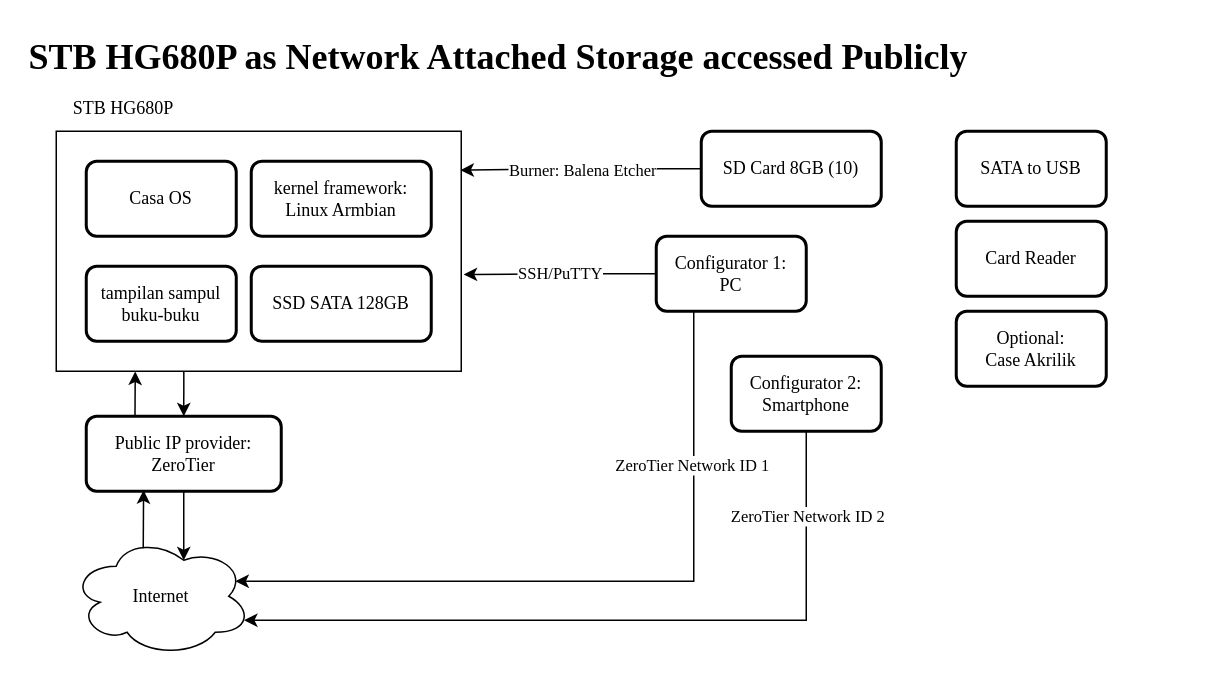
Earlier version of the draw.io diagram page "NAS" (5 of 8) of Chart on Search Query.drawio (troders34/research). Source tidied: cells renumbered, new cells numbered last; positions are measured from the earlier drawing's top-left corner, leaving out a move shared by most shapes. Both pictures are drawn from the tidied source at 150%, with x=0, y=0 at pixel (26, 26).
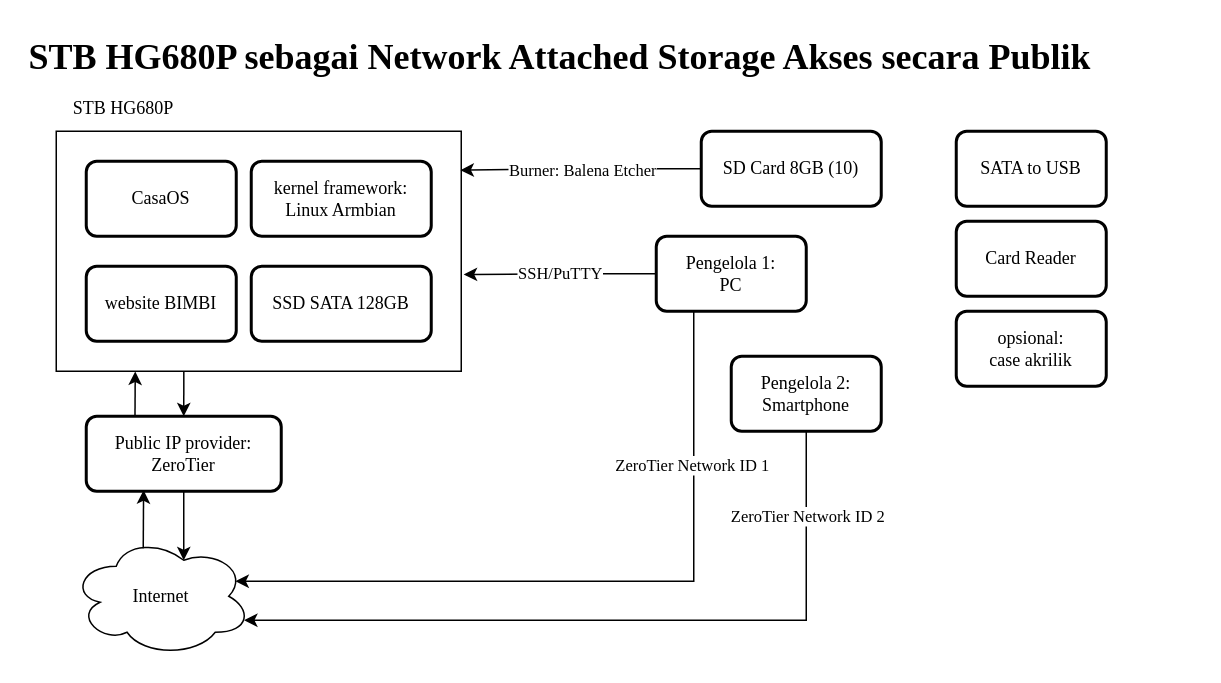
Above is the later version.

The edit, as a diff of the source:
```diff
@@
-    <mxCell id="3" value="&lt;div&gt;&lt;span style=&quot;background-color: transparent; color: light-dark(rgb(0, 0, 0), rgb(255, 255, 255));&quot;&gt;Casa OS&lt;/span&gt;&lt;/div&gt;" style="rounded=1;whiteSpace=wrap;html=1;absoluteArcSize=1;arcSize=14;strokeWidth=2;align=center;fontFamily=Times New Roman;" parent="1" vertex="1">
+    <mxCell id="3" value="&lt;div&gt;&lt;span style=&quot;background-color: transparent; color: light-dark(rgb(0, 0, 0), rgb(255, 255, 255));&quot;&gt;CasaOS&lt;/span&gt;&lt;/div&gt;" style="rounded=1;whiteSpace=wrap;html=1;absoluteArcSize=1;arcSize=14;strokeWidth=2;align=center;fontFamily=Times New Roman;" parent="1" vertex="1">
       <mxGeometry x="40" y="90" width="100" height="50" as="geometry" />
     </mxCell>
@@
-    <mxCell id="7" value="Card Reader" style="rounded=1;whiteSpace=wrap;html=1;absoluteArcSize=1;arcSize=14;strokeWidth=2;fontFamily=Times New Roman;" parent="1" vertex="1">
-      <mxGeometry x="620" y="130" width="100" height="50" as="geometry" />
-    </mxCell>
@@
-    <mxCell id="9" value="SATA to USB" style="rounded=1;whiteSpace=wrap;html=1;absoluteArcSize=1;arcSize=14;strokeWidth=2;fontFamily=Times New Roman;" parent="1" vertex="1">
-      <mxGeometry x="620" y="70" width="100" height="50" as="geometry" />
-    </mxCell>
-    <mxCell id="10" value="Optional:&lt;br&gt;Case Akrilik" style="rounded=1;whiteSpace=wrap;html=1;absoluteArcSize=1;arcSize=14;strokeWidth=2;fontFamily=Times New Roman;" parent="1" vertex="1">
-      <mxGeometry x="620" y="190" width="100" height="50" as="geometry" />
-    </mxCell>
@@
-    <mxCell id="14" value="Configurator 1:&lt;div&gt;PC&lt;/div&gt;" style="rounded=1;whiteSpace=wrap;html=1;absoluteArcSize=1;arcSize=14;strokeWidth=2;fontFamily=Times New Roman;" parent="1" vertex="1">
+    <mxCell id="14" value="Pengelola 1:&lt;div&gt;PC&lt;/div&gt;" style="rounded=1;whiteSpace=wrap;html=1;absoluteArcSize=1;arcSize=14;strokeWidth=2;fontFamily=Times New Roman;" parent="1" vertex="1">
       <mxGeometry x="420" y="140" width="100" height="50" as="geometry" />
     </mxCell>
@@
-    <mxCell id="18" value="tampilan sampul buku-buku" style="rounded=1;whiteSpace=wrap;html=1;absoluteArcSize=1;arcSize=14;strokeWidth=2;fontFamily=Times New Roman;" parent="1" vertex="1">
+    <mxCell id="18" value="website BIMBI" style="rounded=1;whiteSpace=wrap;html=1;absoluteArcSize=1;arcSize=14;strokeWidth=2;fontFamily=Times New Roman;" parent="1" vertex="1">
       <mxGeometry x="40" y="160" width="100" height="50" as="geometry" />
     </mxCell>
@@
-    <mxCell id="20" value="Configurator 2: Smartphone" style="rounded=1;whiteSpace=wrap;html=1;absoluteArcSize=1;arcSize=14;strokeWidth=2;fontFamily=Times New Roman;" parent="1" vertex="1">
+    <mxCell id="20" value="Pengelola 2: Smartphone" style="rounded=1;whiteSpace=wrap;html=1;absoluteArcSize=1;arcSize=14;strokeWidth=2;fontFamily=Times New Roman;" parent="1" vertex="1">
       <mxGeometry x="470" y="220" width="100" height="50" as="geometry" />
     </mxCell>
@@
-    <mxCell id="23" value="&lt;h1 style=&quot;margin-top: 0px;&quot;&gt;STB HG680P as Network Attached Storage accessed Publicly&lt;/h1&gt;" style="text;html=1;whiteSpace=wrap;overflow=hidden;rounded=0;fontFamily=Times New Roman;" parent="1" vertex="1">
+    <mxCell id="23" value="&lt;h1 style=&quot;margin-top: 0px;&quot;&gt;STB HG680P sebagai Network Attached Storage Akses secara Publik&lt;/h1&gt;" style="text;html=1;whiteSpace=wrap;overflow=hidden;rounded=0;fontFamily=Times New Roman;" parent="1" vertex="1">
       <mxGeometry width="780" height="40" as="geometry" />
     </mxCell>
@@
+    <mxCell id="9" value="SATA to USB" style="rounded=1;whiteSpace=wrap;html=1;absoluteArcSize=1;arcSize=14;strokeWidth=2;fontFamily=Times New Roman;" parent="1" vertex="1">
+      <mxGeometry x="620" y="70" width="100" height="50" as="geometry" />
+    </mxCell>
+    <mxCell id="7" value="Card Reader" style="rounded=1;whiteSpace=wrap;html=1;absoluteArcSize=1;arcSize=14;strokeWidth=2;fontFamily=Times New Roman;" parent="1" vertex="1">
+      <mxGeometry x="620" y="130" width="100" height="50" as="geometry" />
+    </mxCell>
+    <mxCell id="28" value="opsional:&lt;div&gt;case akrilik&lt;/div&gt;" style="rounded=1;whiteSpace=wrap;html=1;absoluteArcSize=1;arcSize=14;strokeWidth=2;fontFamily=Times New Roman;" parent="1" vertex="1">
+      <mxGeometry x="620" y="190" width="100" height="50" as="geometry" />
+    </mxCell>
```
